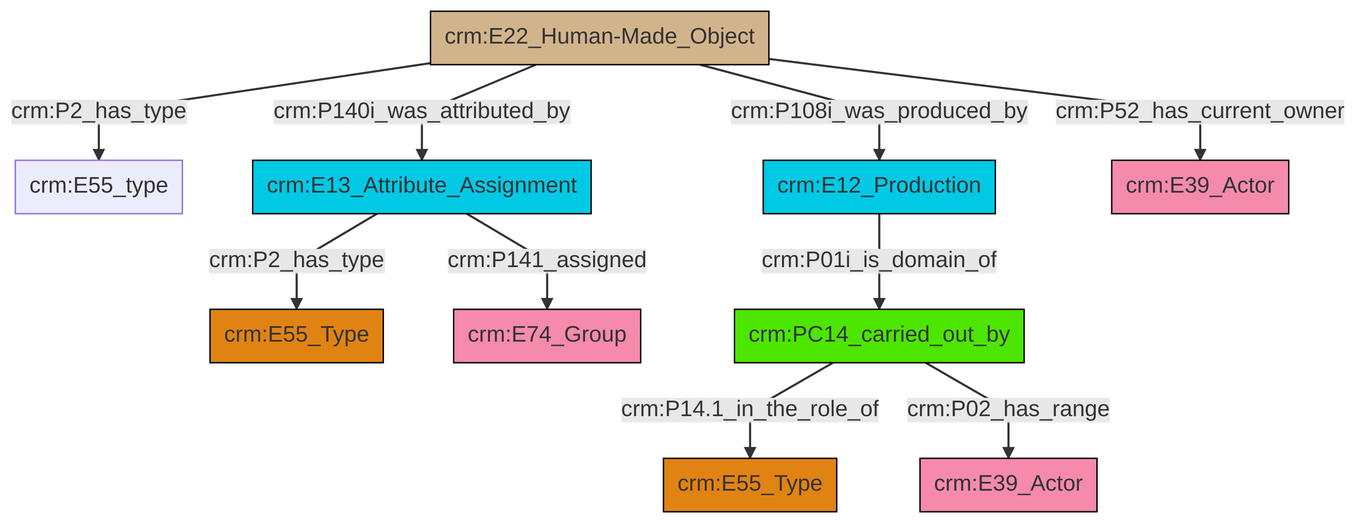
Above: et/builtWorkCSV/ttl/mmd/png/Built_Work_actor_relations.png in swiss-art-research-net/docs.swissartresearch (Mermaid), before the change. Its source is kept beside it as et/builtWorkCSV/ttl/mmd/Built_Work_actor_relations.ttl.mmd.
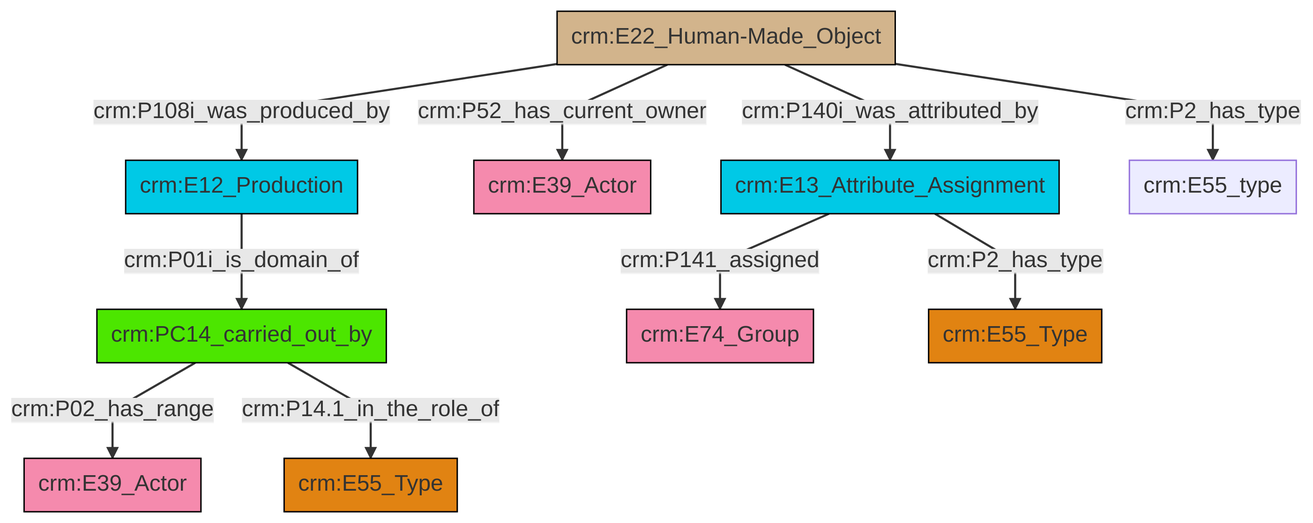
The same file after the commit.

Diff of the diagram source:
```diff
@@ -13,12 +13,12 @@
 classDef PC_Classes fill:#4ce600, stroke:#000000;
 classDef Multi fill:#cccccc,stroke:#000000;
 
-0["crm:E13_Attribute_Assignment"]:::Temporal_Entity -->|crm:P2_has_type| 2["crm:E55_Type"]:::Type
-3["crm:PC14_carried_out_by"]:::PC_Classes -->|crm:P14.1_in_the_role_of| 4["crm:E55_Type"]:::Type
-5["crm:E12_Production"]:::Temporal_Entity -->|crm:P01i_is_domain_of| 3["crm:PC14_carried_out_by"]:::PC_Classes
-0["crm:E13_Attribute_Assignment"]:::Temporal_Entity -->|crm:P141_assigned| 10["crm:E74_Group"]:::Actor
-13["crm:E22_Human-Made_Object"]:::Physical_Thing -->|crm:P2_has_type| 14["crm:E55_type"]:::Default
-3["crm:PC14_carried_out_by"]:::PC_Classes -->|crm:P02_has_range| 8["crm:E39_Actor"]:::Actor
-13["crm:E22_Human-Made_Object"]:::Physical_Thing -->|crm:P140i_was_attributed_by| 0["crm:E13_Attribute_Assignment"]:::Temporal_Entity
-13["crm:E22_Human-Made_Object"]:::Physical_Thing -->|crm:P108i_was_produced_by| 5["crm:E12_Production"]:::Temporal_Entity
-13["crm:E22_Human-Made_Object"]:::Physical_Thing -->|crm:P52_has_current_owner| 6["crm:E39_Actor"]:::Actor
+0["crm:PC14_carried_out_by"]:::PC_Classes -->|crm:P02_has_range| 1["crm:E39_Actor"]:::Actor
+2["crm:E13_Attribute_Assignment"]:::Temporal_Entity -->|crm:P141_assigned| 3["crm:E74_Group"]:::Actor
+6["crm:E22_Human-Made_Object"]:::Physical_Thing -->|crm:P52_has_current_owner| 7["crm:E39_Actor"]:::Actor
+0["crm:PC14_carried_out_by"]:::PC_Classes -->|crm:P14.1_in_the_role_of| 8["crm:E55_Type"]:::Type
+6["crm:E22_Human-Made_Object"]:::Physical_Thing -->|crm:P140i_was_attributed_by| 2["crm:E13_Attribute_Assignment"]:::Temporal_Entity
+10["crm:E12_Production"]:::Temporal_Entity -->|crm:P01i_is_domain_of| 0["crm:PC14_carried_out_by"]:::PC_Classes
+6["crm:E22_Human-Made_Object"]:::Physical_Thing -->|crm:P2_has_type| 13["crm:E55_type"]:::Default
+6["crm:E22_Human-Made_Object"]:::Physical_Thing -->|crm:P108i_was_produced_by| 10["crm:E12_Production"]:::Temporal_Entity
+2["crm:E13_Attribute_Assignment"]:::Temporal_Entity -->|crm:P2_has_type| 4["crm:E55_Type"]:::Type
```
